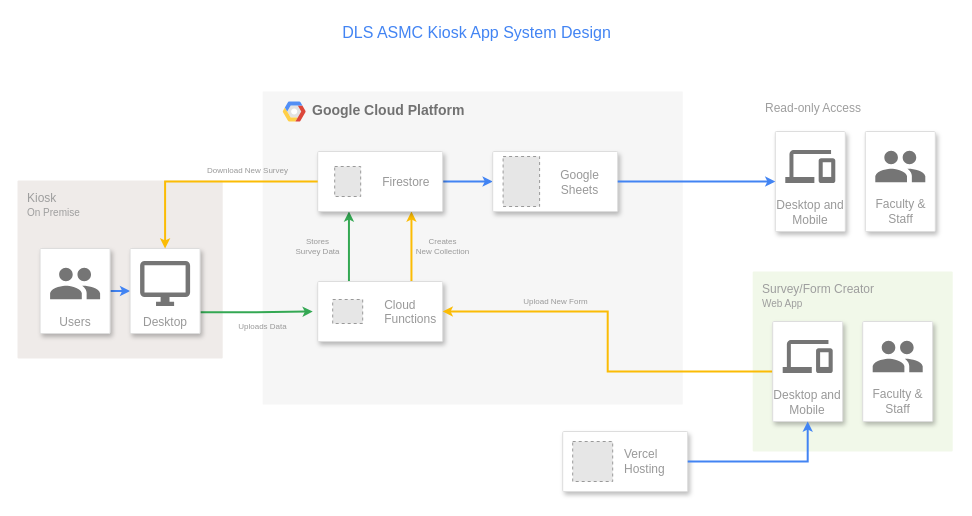
The draw.io diagram page "Contexts" (1 of 3) of Untitled Diagram.drawio in TheoRhytical/design-diagrams, before the edit. Source tidied: cells renumbered, new cells numbered last; positions are measured from the earlier drawing's top-left corner, leaving out a move shared by most shapes. Both pictures are drawn from the tidied source at 100%, with x=0, y=0 at pixel (17, 17). Pictures stored in the file or linked from it are replaced by grey dashed boxes.
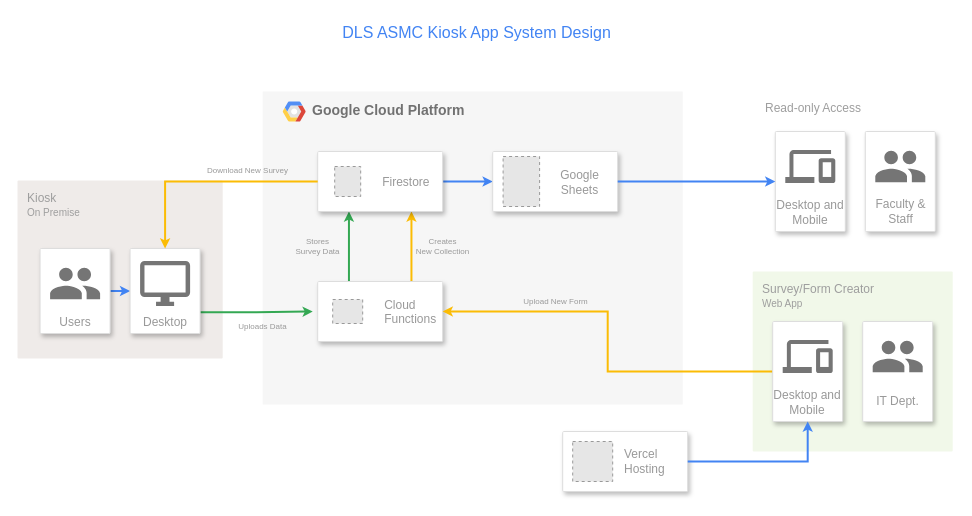
After the change.

The change refers to these unchanged cells:
```xml
<mxCell id="41" style="strokeColor=#dddddd;fillColor=#ffffff;shadow=1;strokeWidth=1;rounded=1;absoluteArcSize=1;arcSize=2;labelPosition=center;verticalLabelPosition=middle;align=center;verticalAlign=bottom;spacingLeft=0;fontColor=#999999;fontSize=12;whiteSpace=wrap;spacingBottom=2;html=1;" parent="1" vertex="1">
  <mxGeometry x="845.2" y="304" width="70" height="100" as="geometry" />
</mxCell>
```

The edit, as a diff of the source:
```diff
@@
-    <mxCell id="43" value="Faculty &amp;amp;&lt;br&gt;Staff" style="text;html=1;align=center;verticalAlign=middle;strokeColor=none;fillColor=none;fontColor=#999999;" parent="41" vertex="1">
-      <mxGeometry y="60" width="70" height="40" as="geometry" />
+    <mxCell id="43" value="IT Dept." style="text;html=1;align=center;verticalAlign=middle;strokeColor=none;fillColor=none;fontColor=#999999;" parent="41" vertex="1">
+      <mxGeometry y="65" width="70" height="30" as="geometry" />
     </mxCell>
```
